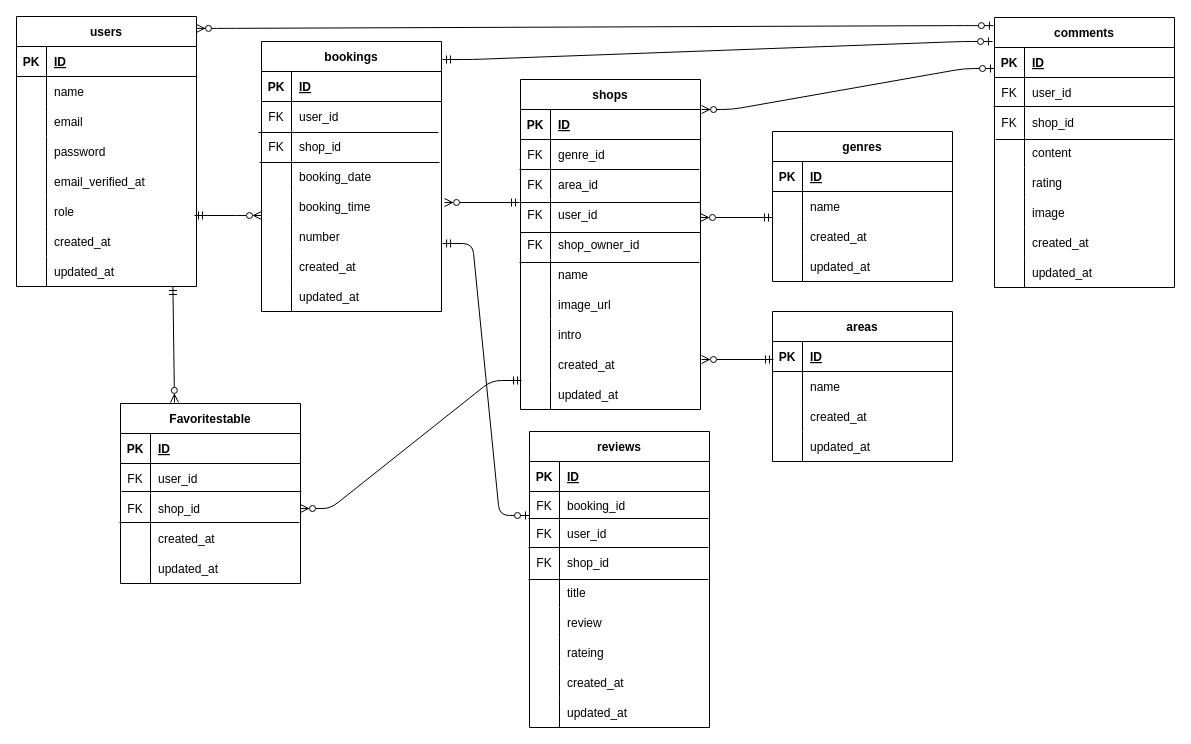
This is ER.drawio from Otsumu/Diningnavi, a draw.io file, before an edit. Source tidied: cells renumbered, new cells numbered last; positions are measured from the earlier drawing's top-left corner, leaving out a move shared by most shapes. Both pictures are drawn from the tidied source at 100%, with x=0, y=0 at pixel (16, 16).
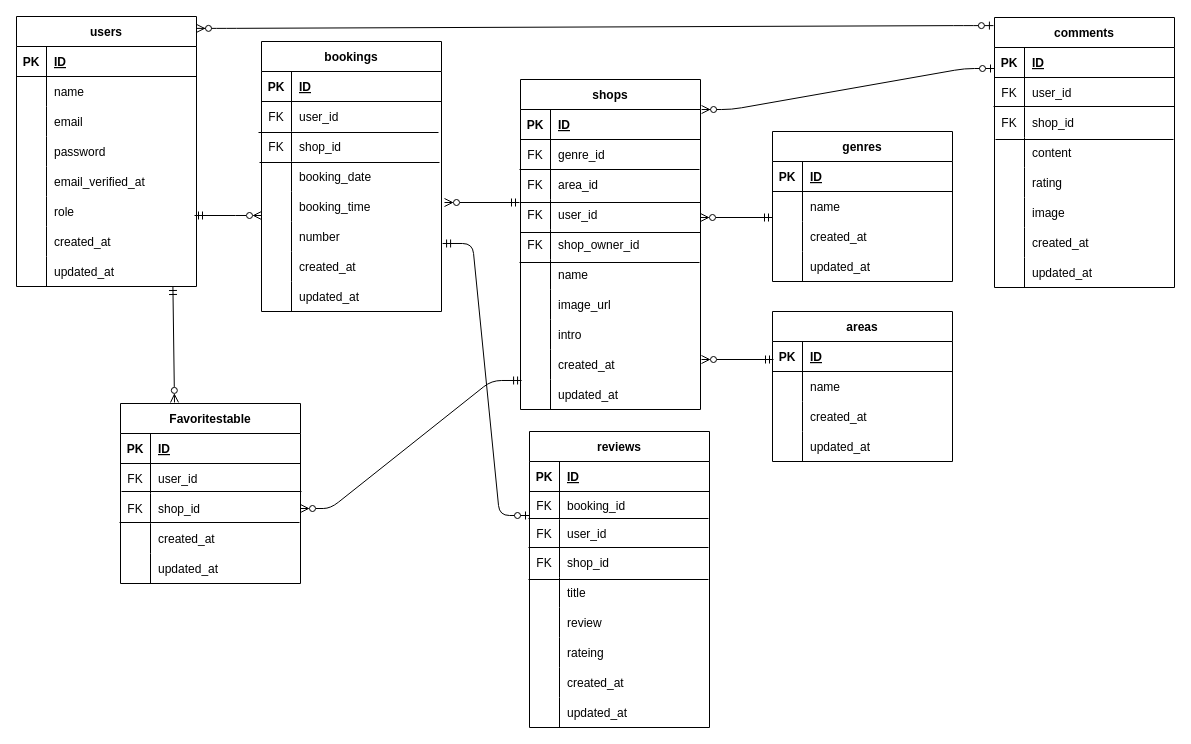
The same diagram, later.

Diff of the diagram source:
```diff
@@
-    <mxCell id="200" style="edgeStyle=entityRelationEdgeStyle;fontSize=12;html=1;endArrow=ERzeroToOne;startArrow=ERmandOne;" parent="1" edge="1">
-      <mxGeometry relative="1" as="geometry">
-        <mxPoint x="426" y="43" as="sourcePoint" />
-        <mxPoint x="976" y="25" as="targetPoint" />
-      </mxGeometry>
-    </mxCell>
```
